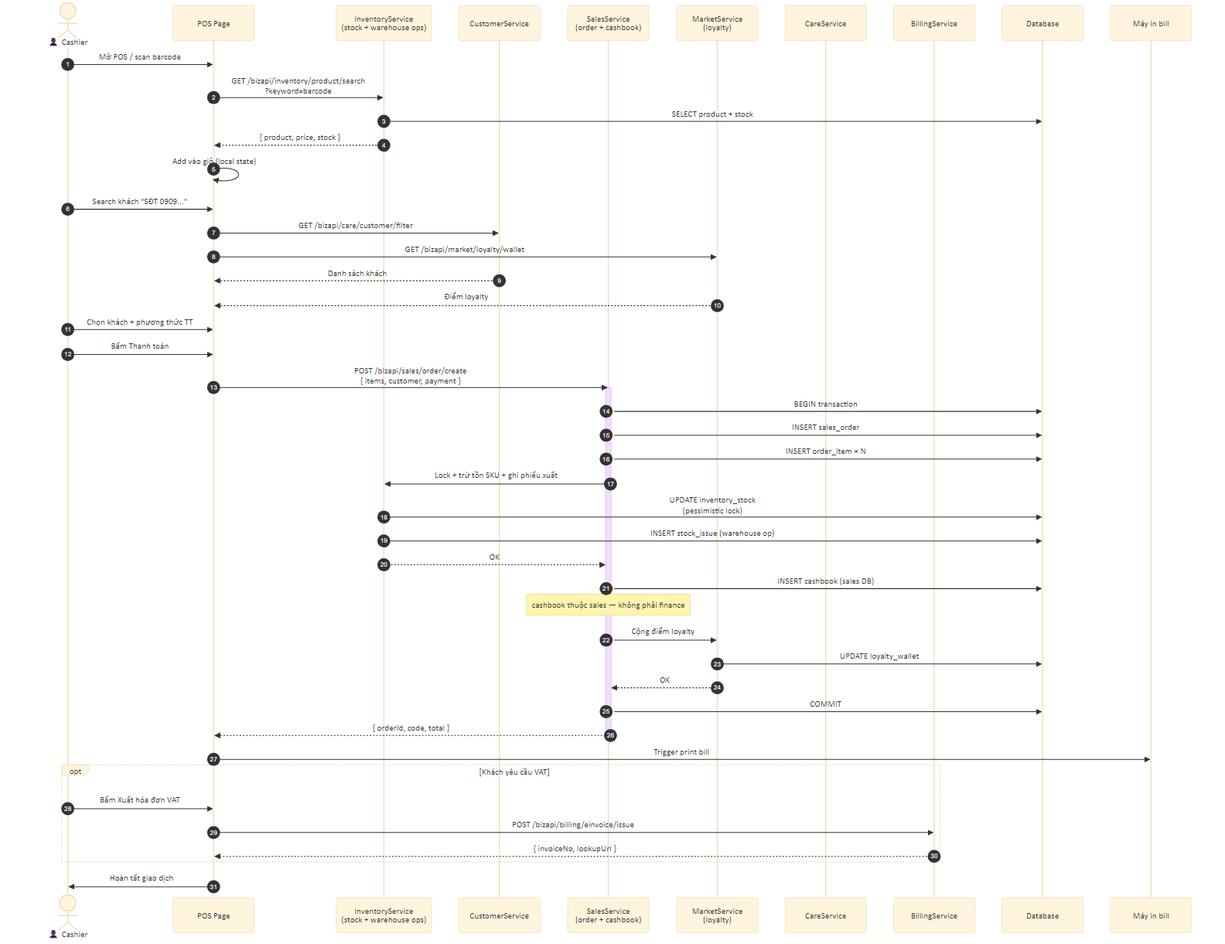
Before: docs/sa/diagrams/06-scenario-pos-sale.png, a diagram exported from Mermaid (ducdung872001/cloud-crm). Its source is kept beside it as docs/sa/diagrams/sources/06-scenario-pos-sale.mmd.
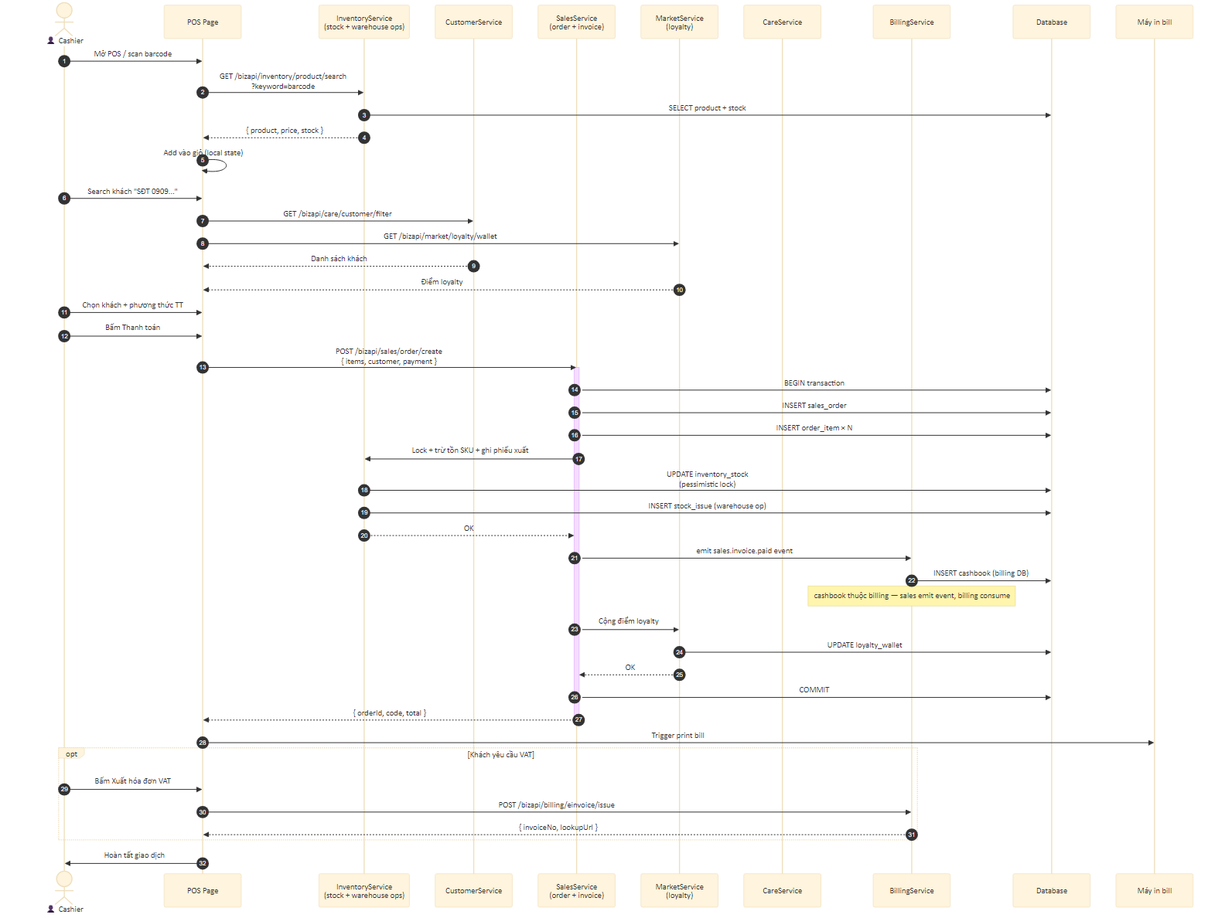
After the commit.

Commit message:
docs(sa): correction — cashbook/debt/fund/payment thuộc billing (không phải sales)

What changed in the source:
```diff
@@ -5,7 +5,7 @@
     participant POS as POS Page
     participant INV as InventoryService<br/>(stock + warehouse ops)
     participant CS as CustomerService
-    participant SS as SalesService<br/>(order + cashbook)
+    participant SS as SalesService<br/>(order + invoice)
     participant MKT as MarketService<br/>(loyalty)
     participant CRS as CareService
     participant BS as BillingService
@@ -33,8 +33,9 @@
     INV->>DB: UPDATE inventory_stock<br/>(pessimistic lock)
     INV->>DB: INSERT stock_issue (warehouse op)
     INV-->>SS: OK
-    SS->>DB: INSERT cashbook (sales DB)
-    Note over SS: cashbook thuộc sales — không phải finance
+    SS->>BS: emit sales.invoice.paid event
+    BS->>DB: INSERT cashbook (billing DB)
+    Note over BS: cashbook thuộc billing — sales emit event, billing consume
     SS->>MKT: Cộng điểm loyalty
     MKT->>DB: UPDATE loyalty_wallet
     MKT-->>SS: OK
```
